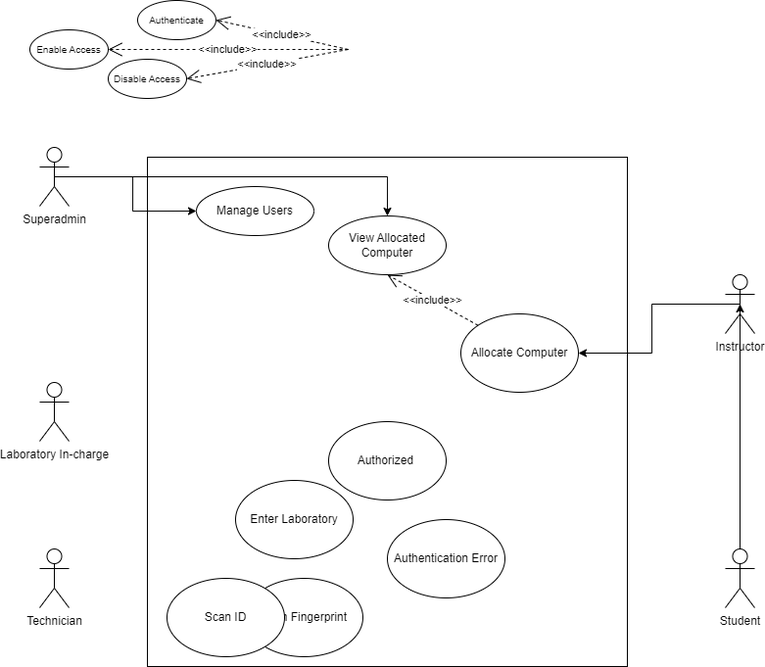
Above: Use_Case_Diagram_Marimo.drawio.png in kaisunoo/Acads (draw.io), before the change. Source tidied: cells renumbered, new cells last; positions are measured from the earlier drawing's top-left corner, leaving out a move shared by most shapes.
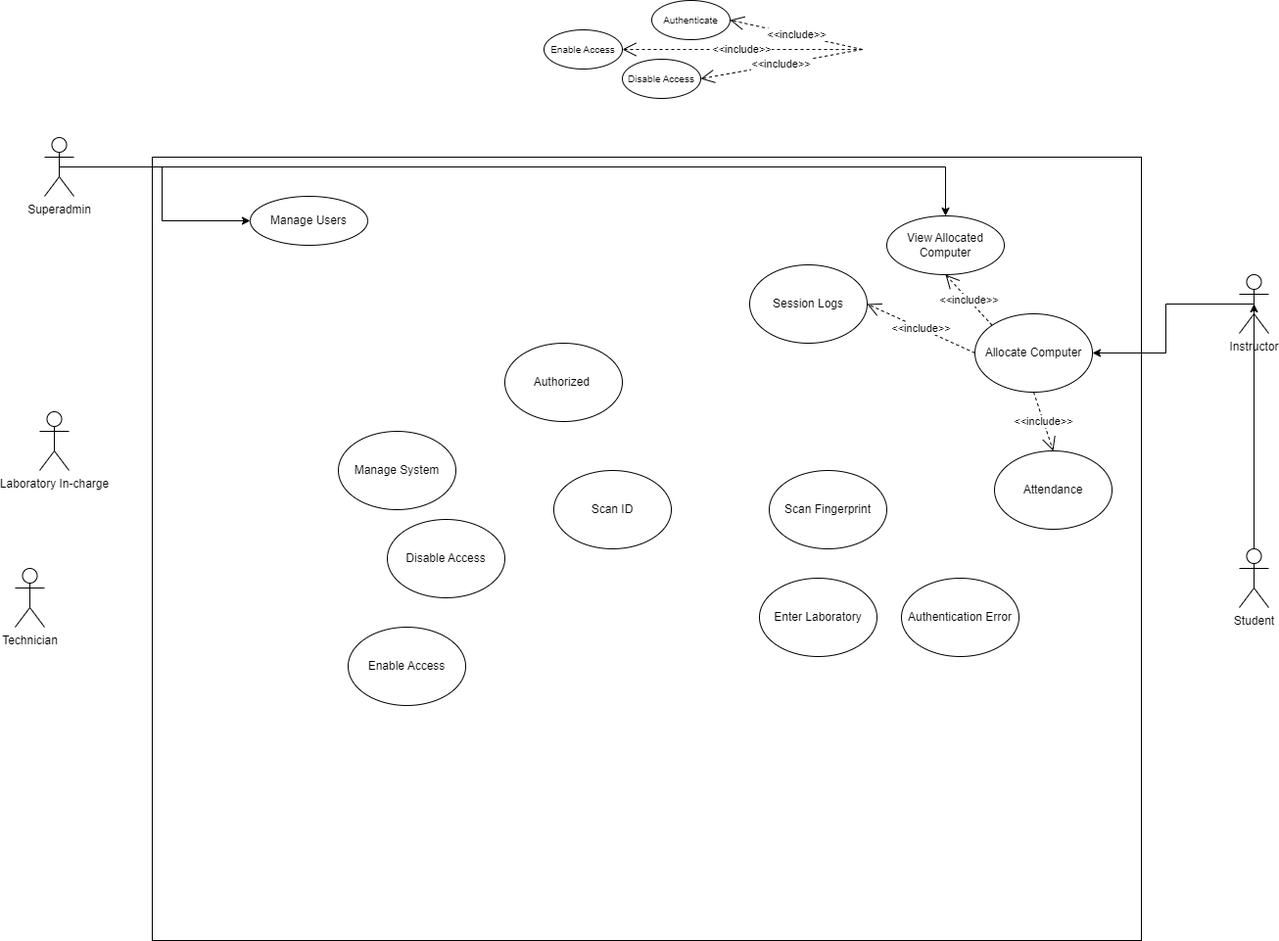
The same diagram one commit later.

Diff of the diagram source:
```diff
@@ -3,7 +3,7 @@
     <mxCell id="0" />
     <mxCell id="1" parent="0" />
     <mxCell id="2" style="whiteSpace=wrap;html=1;" parent="1" vertex="1">
-      <mxGeometry x="120" y="160" width="490" height="520" as="geometry" />
+      <mxGeometry x="-400" y="160" width="1010" height="800" as="geometry" />
     </mxCell>
     <mxCell id="3" style="edgeStyle=orthogonalEdgeStyle;rounded=0;jettySize=auto;html=1;exitX=0.5;exitY=0.5;exitDx=0;exitDy=0;exitPerimeter=0;entryX=0;entryY=0.5;entryDx=0;entryDy=0;" parent="1" edge="1" source="5" target="10">
       <mxGeometry relative="1" as="geometry" />
@@ -12,10 +12,10 @@
       <mxGeometry relative="1" as="geometry" />
     </mxCell>
     <mxCell id="5" value="Superadmin" style="shape=umlActor;verticalLabelPosition=bottom;verticalAlign=top;html=1;outlineConnect=0;" parent="1" vertex="1">
-      <mxGeometry x="10" y="150" width="30" height="60" as="geometry" />
+      <mxGeometry x="-510" y="140" width="30" height="60" as="geometry" />
     </mxCell>
     <mxCell id="6" value="Laboratory In-charge" style="shape=umlActor;verticalLabelPosition=bottom;verticalAlign=top;html=1;" parent="1" vertex="1">
-      <mxGeometry x="10" y="390" width="30" height="60" as="geometry" />
+      <mxGeometry x="-515" y="420" width="30" height="60" as="geometry" />
     </mxCell>
     <mxCell id="7" style="edgeStyle=orthogonalEdgeStyle;rounded=0;jettySize=auto;html=1;exitX=0.5;exitY=0.5;exitDx=0;exitDy=0;exitPerimeter=0;entryX=1;entryY=0.5;entryDx=0;entryDy=0;" parent="1" edge="1" source="8" target="16">
       <mxGeometry relative="1" as="geometry" />
@@ -27,19 +27,19 @@
       <mxGeometry x="710" y="560" width="30" height="60" as="geometry" />
     </mxCell>
     <mxCell id="10" value="Manage Users" style="ellipse;whiteSpace=wrap;html=1;" parent="1" vertex="1">
-      <mxGeometry x="170" y="190" width="120" height="50" as="geometry" />
+      <mxGeometry x="-300" y="200" width="120" height="50" as="geometry" />
     </mxCell>
     <mxCell id="11" value="Authorized&amp;nbsp;" style="ellipse;whiteSpace=wrap;html=1;" parent="1" vertex="1">
-      <mxGeometry x="305" y="430" width="120" height="80" as="geometry" />
+      <mxGeometry x="-40" y="350" width="120" height="80" as="geometry" />
     </mxCell>
     <mxCell id="12" value="View Allocated Computer" style="ellipse;whiteSpace=wrap;html=1;" parent="1" vertex="1">
-      <mxGeometry x="305" y="220" width="120" height="60" as="geometry" />
+      <mxGeometry x="350" y="220" width="120" height="60" as="geometry" />
     </mxCell>
     <mxCell id="13" value="Enter Laboratory" style="ellipse;whiteSpace=wrap;html=1;" parent="1" vertex="1">
-      <mxGeometry x="210" y="490" width="120" height="80" as="geometry" />
+      <mxGeometry x="220" y="590" width="120" height="80" as="geometry" />
     </mxCell>
     <mxCell id="14" value="Technician" style="shape=umlActor;verticalLabelPosition=bottom;verticalAlign=top;html=1;" parent="1" vertex="1">
-      <mxGeometry x="10" y="560" width="30" height="60" as="geometry" />
+      <mxGeometry x="-540" y="580" width="30" height="60" as="geometry" />
     </mxCell>
     <mxCell id="15" style="edgeStyle=orthogonalEdgeStyle;rounded=0;jettySize=auto;html=1;exitX=0.5;exitY=0;exitDx=0;exitDy=0;exitPerimeter=0;entryX=0.5;entryY=0.5;entryDx=0;entryDy=0;entryPerimeter=0;" parent="1" edge="1" source="9" target="8">
       <mxGeometry relative="1" as="geometry" />
@@ -51,13 +51,13 @@
       <mxGeometry relative="1" as="geometry" />
     </mxCell>
     <mxCell id="18" value="Authentication Error" style="ellipse;whiteSpace=wrap;html=1;" parent="1" vertex="1">
-      <mxGeometry x="365" y="530" width="120" height="80" as="geometry" />
+      <mxGeometry x="365" y="590" width="120" height="80" as="geometry" />
     </mxCell>
     <mxCell id="19" value="Scan Fingerprint" style="ellipse;whiteSpace=wrap;html=1;" parent="1" vertex="1">
-      <mxGeometry x="220" y="590" width="120" height="80" as="geometry" />
+      <mxGeometry x="230" y="480" width="120" height="80" as="geometry" />
     </mxCell>
     <mxCell id="20" value="Scan ID" style="ellipse;whiteSpace=wrap;html=1;" parent="1" vertex="1">
-      <mxGeometry x="140" y="590" width="120" height="80" as="geometry" />
+      <mxGeometry x="10" y="480" width="120" height="80" as="geometry" />
     </mxCell>
     <mxCell id="21" value="&lt;font style=&quot;font-size: 10px;&quot;&gt;Enable Access&lt;/font&gt;" style="ellipse;whiteSpace=wrap;html=1;" parent="1" vertex="1">
       <mxGeometry y="30" width="80" height="40" as="geometry" />
@@ -83,5 +83,26 @@
         <mxPoint x="325" y="50" as="sourcePoint" />
       </mxGeometry>
     </mxCell>
+    <mxCell id="27" value="Attendance" style="ellipse;whiteSpace=wrap;html=1;" parent="1" vertex="1">
+      <mxGeometry x="460" y="460" width="120" height="80" as="geometry" />
+    </mxCell>
+    <mxCell id="28" value="&amp;lt;&amp;lt;include&amp;gt;&amp;gt;" style="endArrow=open;endSize=12;dashed=1;html=1;rounded=0;entryX=0.5;entryY=0;entryDx=0;entryDy=0;exitX=0.5;exitY=1;exitDx=0;exitDy=0;" parent="1" edge="1" source="16" target="27">
+      <mxGeometry relative="1" as="geometry" />
+    </mxCell>
+    <mxCell id="29" value="Manage System" style="ellipse;whiteSpace=wrap;html=1;" parent="1" vertex="1">
+      <mxGeometry x="-210" y="440" width="120" height="80" as="geometry" />
+    </mxCell>
+    <mxCell id="30" value="Disable Access" style="ellipse;whiteSpace=wrap;html=1;" parent="1" vertex="1">
+      <mxGeometry x="-160" y="530" width="120" height="80" as="geometry" />
+    </mxCell>
+    <mxCell id="31" value="Enable Access" style="ellipse;whiteSpace=wrap;html=1;" parent="1" vertex="1">
+      <mxGeometry x="-200" y="640" width="120" height="80" as="geometry" />
+    </mxCell>
+    <mxCell id="32" value="Session Logs" style="ellipse;whiteSpace=wrap;html=1;" parent="1" vertex="1">
+      <mxGeometry x="210" y="270" width="120" height="80" as="geometry" />
+    </mxCell>
+    <mxCell id="33" value="&amp;lt;&amp;lt;include&amp;gt;&amp;gt;" style="endArrow=open;endSize=12;dashed=1;html=1;rounded=0;exitX=0;exitY=0.5;exitDx=0;exitDy=0;entryX=1;entryY=0.5;entryDx=0;entryDy=0;" parent="1" edge="1" source="16" target="32">
+      <mxGeometry relative="1" as="geometry" />
+    </mxCell>
   </root>
 </mxGraphModel>
```
